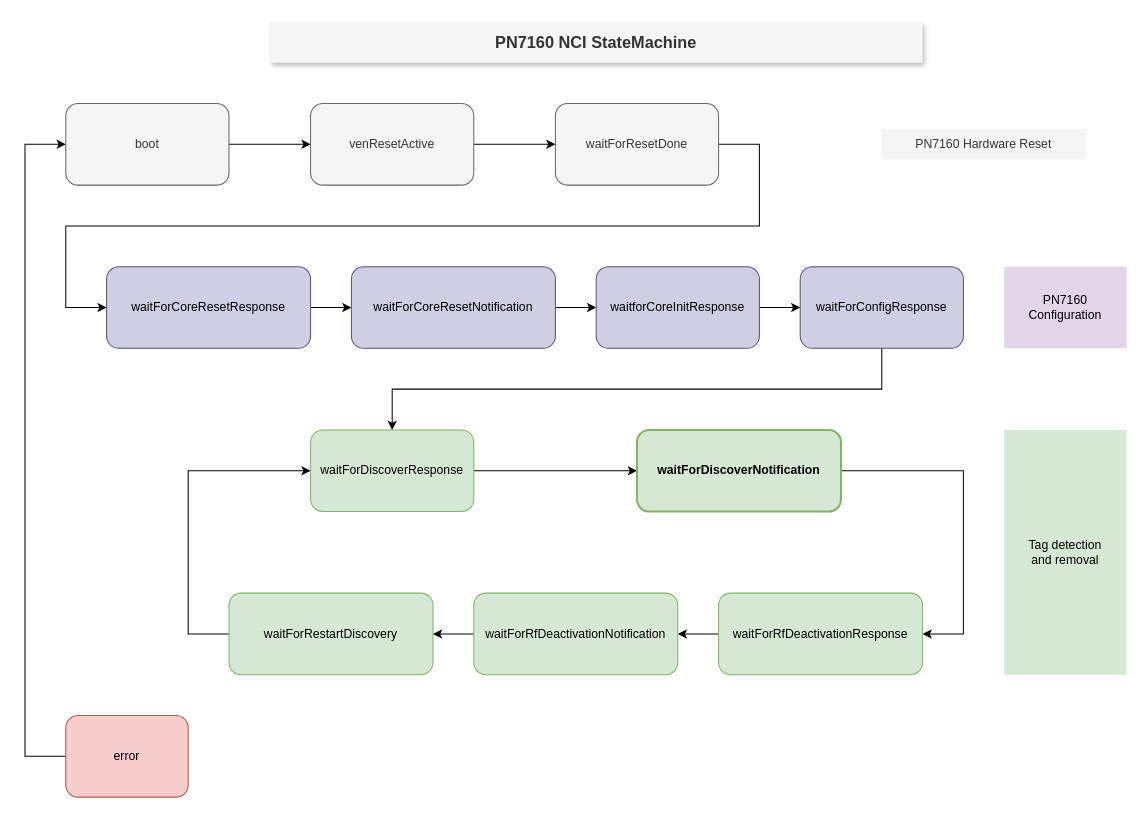
Before: lib/nci/nci_statemachine.drawio in Strooom/PN7160, a draw.io diagram. Source tidied: cells renumbered, new cells numbered last; positions are measured from the earlier drawing's top-left corner, leaving out a move shared by most shapes. Both pictures are drawn from the tidied source at 102%, with x=0, y=0 at pixel (24, 21).
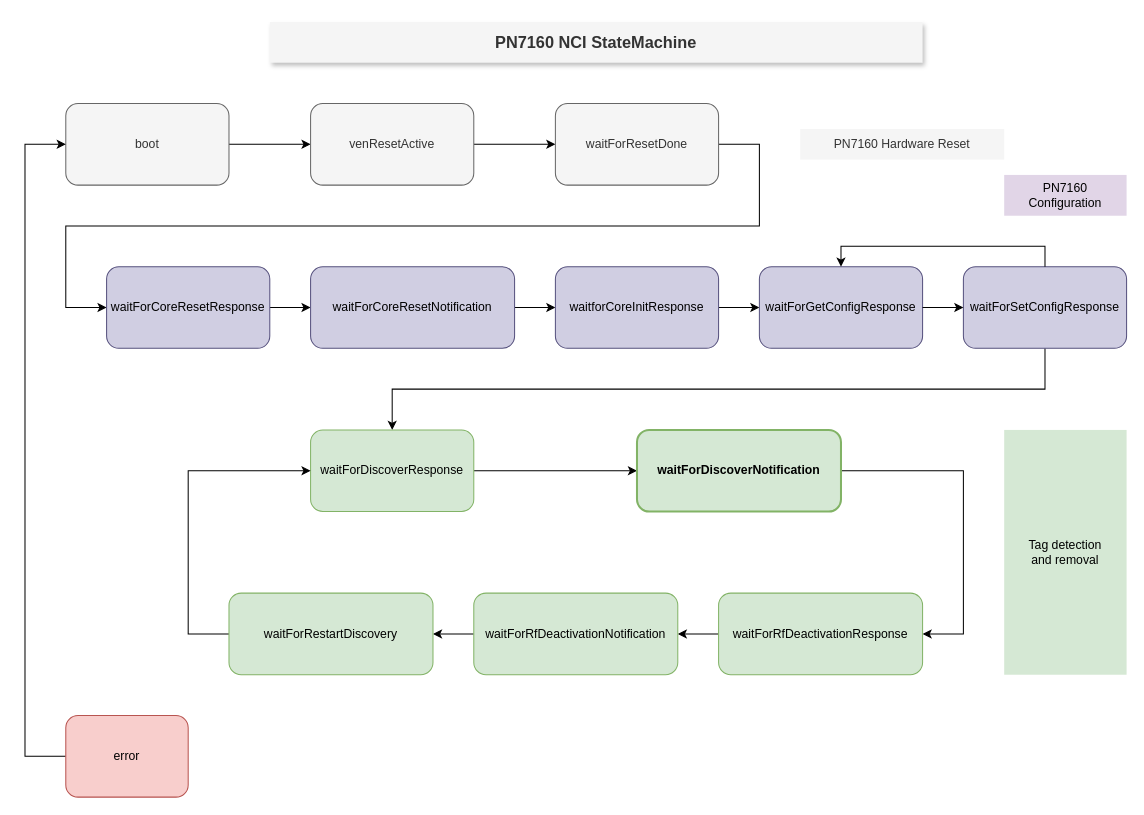
The same diagram, later.

The change refers to these unchanged cells:
```xml
<mxCell id="17" value="waitForDiscoverResponse" style="rounded=1;whiteSpace=wrap;html=1;fillColor=#d5e8d4;strokeColor=#82b366;" parent="1" vertex="1">
  <mxGeometry x="280" y="400" width="160" height="80" as="geometry" />
</mxCell>
```

The edit, as a diff of the source:
```diff
@@
     <mxCell id="9" value="waitForCoreResetResponse" style="rounded=1;whiteSpace=wrap;html=1;fillColor=#d0cee2;strokeColor=#56517e;" parent="1" vertex="1">
-      <mxGeometry x="80" y="240" width="200" height="80" as="geometry" />
+      <mxGeometry x="80" y="240" width="160" height="80" as="geometry" />
     </mxCell>
@@
     <mxCell id="11" value="waitForCoreResetNotification" style="rounded=1;whiteSpace=wrap;html=1;fillColor=#d0cee2;strokeColor=#56517e;" parent="1" vertex="1">
-      <mxGeometry x="320" y="240" width="200" height="80" as="geometry" />
+      <mxGeometry x="280" y="240" width="200" height="80" as="geometry" />
     </mxCell>
@@
     <mxCell id="13" value="waitforCoreInitResponse" style="rounded=1;whiteSpace=wrap;html=1;fillColor=#d0cee2;strokeColor=#56517e;" parent="1" vertex="1">
-      <mxGeometry x="560" y="240" width="160" height="80" as="geometry" />
+      <mxGeometry x="520" y="240" width="160" height="80" as="geometry" />
     </mxCell>
-    <mxCell id="14" style="edgeStyle=orthogonalEdgeStyle;rounded=0;jettySize=auto;html=1;entryX=0.5;entryY=0;entryDx=0;entryDy=0;exitX=0.5;exitY=1;exitDx=0;exitDy=0;" parent="1" edge="1" source="15" target="17">
+    <mxCell id="14" style="edgeStyle=orthogonalEdgeStyle;rounded=0;jettySize=auto;html=1;entryX=0.5;entryY=0;entryDx=0;entryDy=0;exitX=0.5;exitY=1;exitDx=0;exitDy=0;" parent="1" edge="1" source="32" target="17">
       <mxGeometry relative="1" as="geometry">
         <Array as="points">
-          <mxPoint x="840" y="360" />
+          <mxPoint x="1000" y="360" />
           <mxPoint x="360" y="360" />
         </Array>
       </mxGeometry>
     </mxCell>
-    <mxCell id="15" value="waitForConfigResponse" style="rounded=1;whiteSpace=wrap;html=1;fillColor=#d0cee2;strokeColor=#56517e;" parent="1" vertex="1">
-      <mxGeometry x="760" y="240" width="160" height="80" as="geometry" />
+    <mxCell id="15" value="waitForGetConfigResponse" style="rounded=1;whiteSpace=wrap;html=1;fillColor=#d0cee2;strokeColor=#56517e;" parent="1" vertex="1">
+      <mxGeometry x="720" y="240" width="160" height="80" as="geometry" />
     </mxCell>
@@
     <mxCell id="26" value="PN7160 Hardware Reset" style="text;html=1;strokeColor=none;fillColor=#f5f5f5;align=center;verticalAlign=middle;whiteSpace=wrap;rounded=0;fontColor=#333333;" parent="1" vertex="1">
-      <mxGeometry x="840" y="105" width="200" height="30" as="geometry" />
+      <mxGeometry x="760" y="105" width="200" height="30" as="geometry" />
     </mxCell>
     <mxCell id="27" value="PN7160 Configuration" style="text;html=1;strokeColor=none;fillColor=#e1d5e7;align=center;verticalAlign=middle;whiteSpace=wrap;rounded=0;" parent="1" vertex="1">
-      <mxGeometry x="960" y="240" width="120" height="80" as="geometry" />
+      <mxGeometry x="960" y="150" width="120" height="40" as="geometry" />
     </mxCell>
@@
+    <mxCell id="32" value="waitForSetConfigResponse" style="rounded=1;whiteSpace=wrap;html=1;fillColor=#d0cee2;strokeColor=#56517e;" parent="1" vertex="1">
+      <mxGeometry x="920" y="240" width="160" height="80" as="geometry" />
+    </mxCell>
+    <mxCell id="33" style="edgeStyle=orthogonalEdgeStyle;rounded=0;jettySize=auto;html=1;entryX=0;entryY=0.5;entryDx=0;entryDy=0;exitX=1;exitY=0.5;exitDx=0;exitDy=0;" parent="1" edge="1" source="15" target="32">
+      <mxGeometry relative="1" as="geometry" />
+    </mxCell>
+    <mxCell id="34" style="edgeStyle=orthogonalEdgeStyle;rounded=0;jettySize=auto;html=1;entryX=0.5;entryY=0;entryDx=0;entryDy=0;exitX=0.5;exitY=0;exitDx=0;exitDy=0;" parent="1" edge="1" source="32" target="15">
+      <mxGeometry relative="1" as="geometry" />
+    </mxCell>
```
